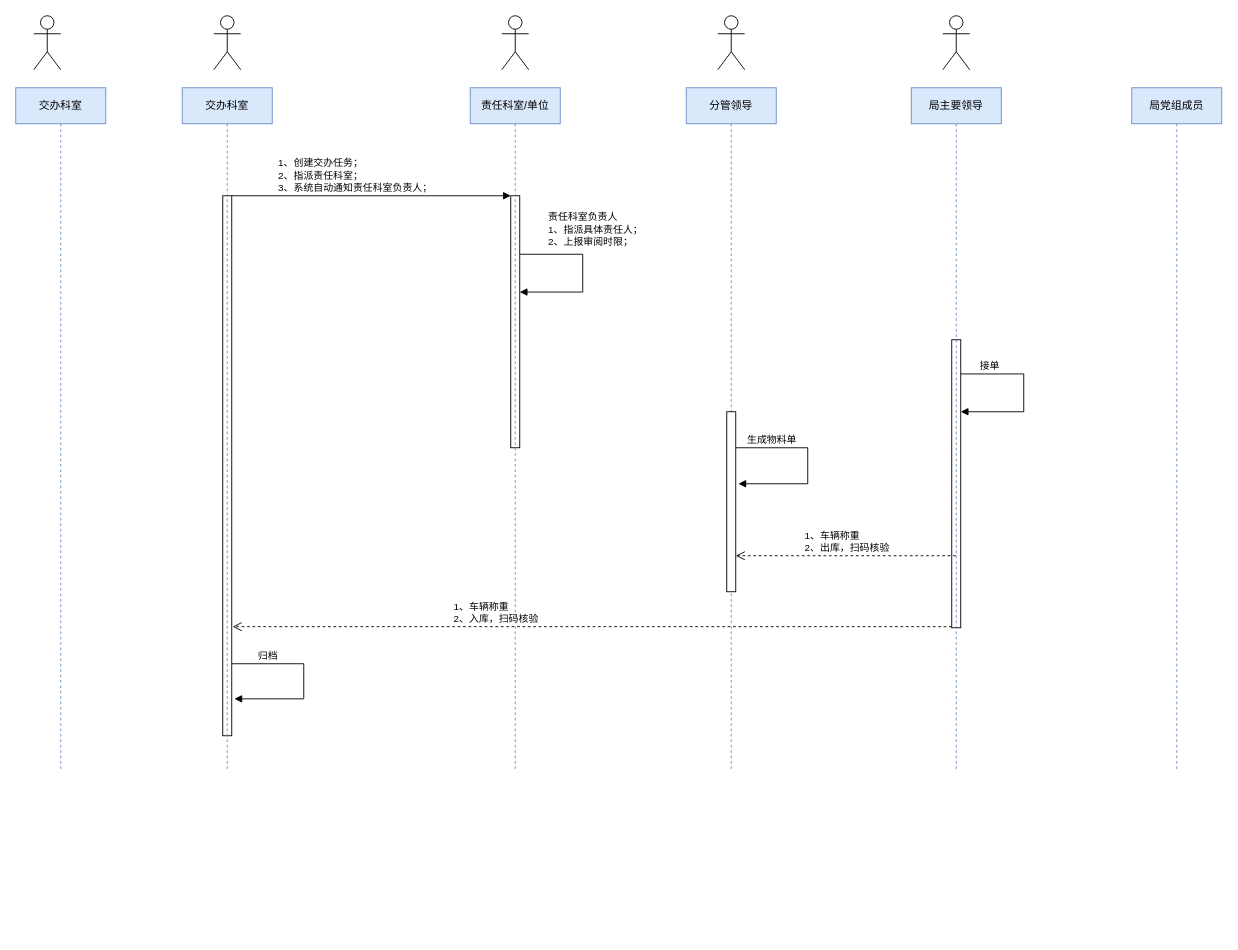
Earlier version of the draw.io diagram 监督赋能执行力工作平台.drawio (z-cloud-z/draw). Source tidied: cells renumbered, new cells numbered last; positions are measured from the earlier drawing's top-left corner, leaving out a move shared by most shapes. Both pictures are drawn from the tidied source at 90%, with x=0, y=0 at pixel (15, 15).
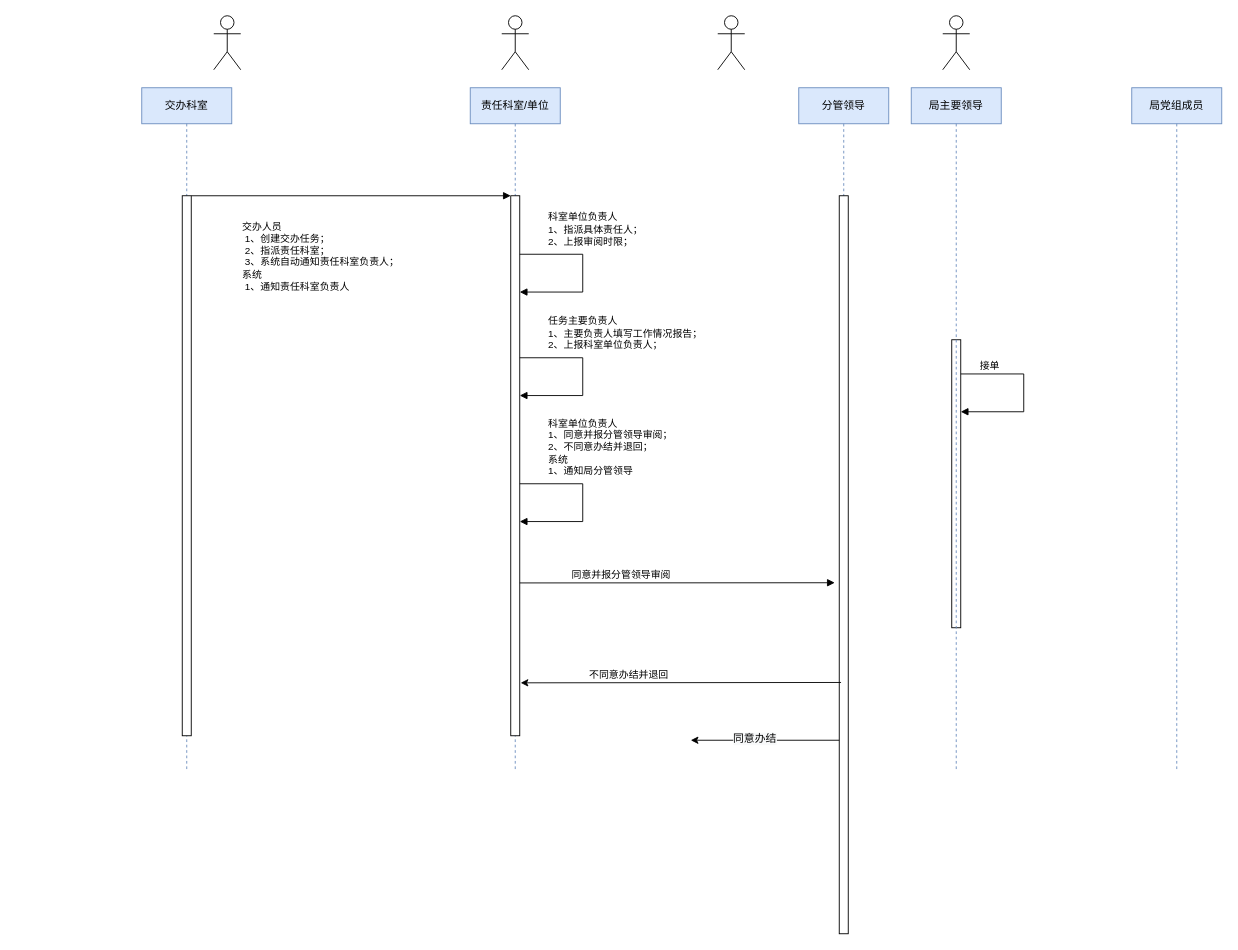
The same diagram, later.

Commit message:
更新监督赋能执行力工作平台.drawio

The change refers to these unchanged cells:
```xml
<mxCell id="9" style="html=1;points=[];perimeter=orthogonalPerimeter;" parent="1" vertex="1">
  <mxGeometry x="1040" y="360" width="10" height="320" as="geometry" />
</mxCell>
<mxCell id="19" value="局主要领导" style="shape=umlLifeline;perimeter=lifelinePerimeter;whiteSpace=wrap;html=1;outlineConnect=0;fillColor=#dae8fc;strokeColor=#6c8ebf;" parent="1" vertex="1">
  <mxGeometry x="995" y="80" width="100" height="760" as="geometry" />
</mxCell>
```

What changed in the source:
```diff
@@
+    <mxCell id="15" value="&lt;span&gt;责任科室/单位&lt;/span&gt;" style="shape=umlLifeline;perimeter=lifelinePerimeter;whiteSpace=wrap;html=1;fillColor=#dae8fc;strokeColor=#6c8ebf;" parent="1" vertex="1">
+      <mxGeometry x="505" y="80" width="100" height="760" as="geometry" />
+    </mxCell>
@@
-    <mxCell id="6" style="html=1;points=[];perimeter=orthogonalPerimeter;" parent="1" vertex="1">
-      <mxGeometry x="230" y="200" width="10" height="600" as="geometry" />
-    </mxCell>
     <mxCell id="7" style="html=1;points=[];perimeter=orthogonalPerimeter;" parent="1" vertex="1">
-      <mxGeometry x="550" y="200" width="10" height="280" as="geometry" />
+      <mxGeometry x="550" y="200" width="10" height="600" as="geometry" />
     </mxCell>
-    <mxCell id="8" value="&lt;div&gt;1、创建交办任务；&lt;/div&gt;2、指派责任科室；&lt;br&gt;3、系统自动通知责任科室负责人；" style="html=1;verticalAlign=bottom;endArrow=block;entryX=0;entryY=0;rounded=0;align=left;" parent="1" edge="1" source="6" target="7">
-      <mxGeometry x="-0.68" relative="1" as="geometry" />
+    <mxCell id="8" value="&lt;div&gt;交办人员&lt;/div&gt;&lt;div&gt;&lt;span style=&quot;white-space: pre&quot;&gt; &lt;/span&gt;1、创建交办任务；&lt;/div&gt;&lt;span style=&quot;white-space: pre&quot;&gt; &lt;/span&gt;2、指派责任科室；&lt;br&gt;&lt;span style=&quot;white-space: pre&quot;&gt; &lt;/span&gt;3、系统自动通知责任科室负责人；&lt;br&gt;系统&lt;br&gt;&lt;span style=&quot;white-space: pre&quot;&gt; &lt;/span&gt;1、通知责任科室负责人" style="html=1;verticalAlign=bottom;endArrow=block;entryX=0;entryY=0;rounded=0;align=left;" parent="1" edge="1" source="6" target="7">
+      <mxGeometry x="-0.69" y="-110" relative="1" as="geometry" />
     </mxCell>
@@
-    <mxCell id="10" value="1、车辆称重&lt;br&gt;2、出库，扫码核验" style="html=1;verticalAlign=bottom;endArrow=open;dashed=1;endSize=8;rounded=0;align=left;" parent="1" edge="1" source="19" target="17">
-      <mxGeometry x="0.39" relative="1" as="geometry">
-        <Array as="points">
-          <mxPoint x="920" y="600" />
-        </Array>
-      </mxGeometry>
-    </mxCell>
@@
-    <mxCell id="12" value="1、车辆称重&lt;br&gt;2、入库，扫码核验" style="html=1;verticalAlign=bottom;endArrow=open;dashed=1;endSize=8;rounded=0;align=left;entryX=1.1;entryY=0.798;entryDx=0;entryDy=0;entryPerimeter=0;" parent="1" edge="1" source="9" target="6">
-      <mxGeometry x="0.39" relative="1" as="geometry" />
-    </mxCell>
-    <mxCell id="13" value="归档" style="html=1;verticalAlign=bottom;endArrow=block;rounded=0;entryX=1.2;entryY=0.395;entryDx=0;entryDy=0;entryPerimeter=0;exitX=0.9;exitY=0.2;exitDx=0;exitDy=0;exitPerimeter=0;" parent="1" edge="1">
-      <mxGeometry x="-0.59" relative="1" as="geometry">
-        <mxPoint x="240" y="720" as="sourcePoint" />
-        <mxPoint x="243" y="759" as="targetPoint" />
-        <Array as="points">
-          <mxPoint x="320" y="720" />
-          <mxPoint x="320" y="759" />
-        </Array>
-      </mxGeometry>
-    </mxCell>
     <mxCell id="14" value="交办科室" style="shape=umlLifeline;perimeter=lifelinePerimeter;whiteSpace=wrap;html=1;fillColor=#dae8fc;strokeColor=#6c8ebf;" parent="1" vertex="1">
-      <mxGeometry x="185" y="80" width="100" height="760" as="geometry" />
+      <mxGeometry x="140" y="80" width="100" height="760" as="geometry" />
     </mxCell>
-    <mxCell id="15" value="&lt;span&gt;责任科室/单位&lt;/span&gt;" style="shape=umlLifeline;perimeter=lifelinePerimeter;whiteSpace=wrap;html=1;fillColor=#dae8fc;strokeColor=#6c8ebf;" parent="1" vertex="1">
-      <mxGeometry x="505" y="80" width="100" height="760" as="geometry" />
-    </mxCell>
+    <mxCell id="6" style="html=1;points=[];perimeter=orthogonalPerimeter;" parent="14" vertex="1">
+      <mxGeometry x="45" y="120" width="10" height="600" as="geometry" />
+    </mxCell>
     <mxCell id="16" value="&lt;span&gt;分管领导&lt;/span&gt;" style="shape=umlLifeline;perimeter=lifelinePerimeter;whiteSpace=wrap;html=1;fillColor=#dae8fc;strokeColor=#6c8ebf;" parent="1" vertex="1">
-      <mxGeometry x="745" y="80" width="100" height="760" as="geometry" />
+      <mxGeometry x="870" y="80" width="100" height="940" as="geometry" />
     </mxCell>
     <mxCell id="17" style="html=1;points=[];perimeter=orthogonalPerimeter;" parent="16" vertex="1">
-      <mxGeometry x="45" y="360" width="10" height="200" as="geometry" />
+      <mxGeometry x="45" y="120" width="10" height="820" as="geometry" />
     </mxCell>
-    <mxCell id="18" value="生成物料单" style="html=1;verticalAlign=bottom;endArrow=block;rounded=0;exitX=1;exitY=0.2;exitDx=0;exitDy=0;exitPerimeter=0;entryX=1.3;entryY=0.4;entryDx=0;entryDy=0;entryPerimeter=0;" parent="16" edge="1" source="17" target="17">
-      <mxGeometry x="-0.59" relative="1" as="geometry">
-        <Array as="points">
-          <mxPoint x="135" y="400" />
-          <mxPoint x="135" y="440" />
-          <mxPoint x="85" y="440" />
-        </Array>
-      </mxGeometry>
-    </mxCell>
@@
-    <mxCell id="21" value="责任科室负责人&lt;br&gt;1、指派具体责任人；&lt;br&gt;2、上报审阅时限；" style="html=1;verticalAlign=bottom;endArrow=block;rounded=0;align=left;" parent="1" edge="1">
+    <mxCell id="21" value="科室单位负责人&lt;br&gt;1、指派具体责任人；&lt;br&gt;2、上报审阅时限；" style="html=1;verticalAlign=bottom;endArrow=block;rounded=0;align=left;" parent="1" edge="1">
       <mxGeometry x="-0.67" y="5" relative="1" as="geometry">
         <mxPoint x="560" y="265" as="sourcePoint" />
         <mxPoint x="560" y="307" as="targetPoint" />
         <Array as="points">
           <mxPoint x="630" y="265" />
           <mxPoint x="630" y="307" />
         </Array>
       </mxGeometry>
     </mxCell>
-    <mxCell id="22" value="交办科室" style="shape=umlLifeline;perimeter=lifelinePerimeter;whiteSpace=wrap;html=1;fillColor=#dae8fc;strokeColor=#6c8ebf;" parent="1" vertex="1">
-      <mxGeometry y="80" width="100" height="760" as="geometry" />
-    </mxCell>
-    <mxCell id="23" style="shape=umlActor;verticalLabelPosition=bottom;verticalAlign=top;html=1;" parent="1" vertex="1">
-      <mxGeometry x="20" width="30" height="60" as="geometry" />
-    </mxCell>
+    <mxCell id="24" value="任务主要负责人&lt;br&gt;1、主要负责人填写工作情况报告；&lt;br&gt;2、上报科室单位负责人；" style="html=1;verticalAlign=bottom;endArrow=block;rounded=0;align=left;" parent="1" edge="1">
+      <mxGeometry x="-0.67" y="5" relative="1" as="geometry">
+        <mxPoint x="560" y="380" as="sourcePoint" />
+        <mxPoint x="560" y="422" as="targetPoint" />
+        <Array as="points">
+          <mxPoint x="630" y="380" />
+          <mxPoint x="630" y="422" />
+        </Array>
+      </mxGeometry>
+    </mxCell>
+    <mxCell id="25" value="科室单位负责人&lt;br&gt;1、同意并报分管领导审阅；&lt;br&gt;2、不同意办结并退回；&lt;br&gt;系统&lt;br&gt;1、通知局分管领导" style="html=1;verticalAlign=bottom;endArrow=block;rounded=0;align=left;" parent="1" edge="1">
+      <mxGeometry x="-0.67" y="5" relative="1" as="geometry">
+        <mxPoint x="560" y="520" as="sourcePoint" />
+        <mxPoint x="560" y="562" as="targetPoint" />
+        <Array as="points">
+          <mxPoint x="630" y="520" />
+          <mxPoint x="630" y="562" />
+        </Array>
+      </mxGeometry>
+    </mxCell>
+    <mxCell id="26" value="同意并报分管领导审阅&lt;div&gt;&lt;/div&gt;" style="html=1;verticalAlign=bottom;endArrow=block;rounded=0;align=left;exitX=1;exitY=0.717;exitDx=0;exitDy=0;exitPerimeter=0;" parent="1" edge="1" source="7">
+      <mxGeometry x="-0.68" relative="1" as="geometry">
+        <mxPoint x="910" y="630" as="targetPoint" />
+      </mxGeometry>
+    </mxCell>
+    <mxCell id="27" style="endArrow=classic;html=1;rounded=0;" parent="1" edge="1">
+      <mxGeometry relative="1" as="geometry">
+        <mxPoint x="915" y="805" as="sourcePoint" />
+        <mxPoint x="750" y="805" as="targetPoint" />
+      </mxGeometry>
+    </mxCell>
+    <mxCell id="28" value="&lt;span style=&quot;font-size: 12px ; background-color: rgb(248 , 249 , 250)&quot;&gt;同意办结&lt;/span&gt;" style="edgeLabel;html=1;align=center;verticalAlign=middle;" parent="27" vertex="1">
+      <mxGeometry x="0.15" y="-2" relative="1" as="geometry" />
+    </mxCell>
+    <mxCell id="29" style="endArrow=classic;html=1;rounded=0;exitX=0.2;exitY=0.968;exitDx=0;exitDy=0;exitPerimeter=0;entryX=1.1;entryY=0.902;entryDx=0;entryDy=0;entryPerimeter=0;" parent="1" edge="1" target="7">
+      <mxGeometry relative="1" as="geometry">
+        <mxPoint x="917" y="740.8" as="sourcePoint" />
+      </mxGeometry>
+    </mxCell>
+    <mxCell id="30" value="不同意办结并退回" style="edgeLabel;html=1;align=center;verticalAlign=middle;" parent="29" vertex="1">
+      <mxGeometry x="0.58" y="-1" relative="1" as="geometry">
+        <mxPoint x="45" y="-9" as="offset" />
+      </mxGeometry>
+    </mxCell>
```
